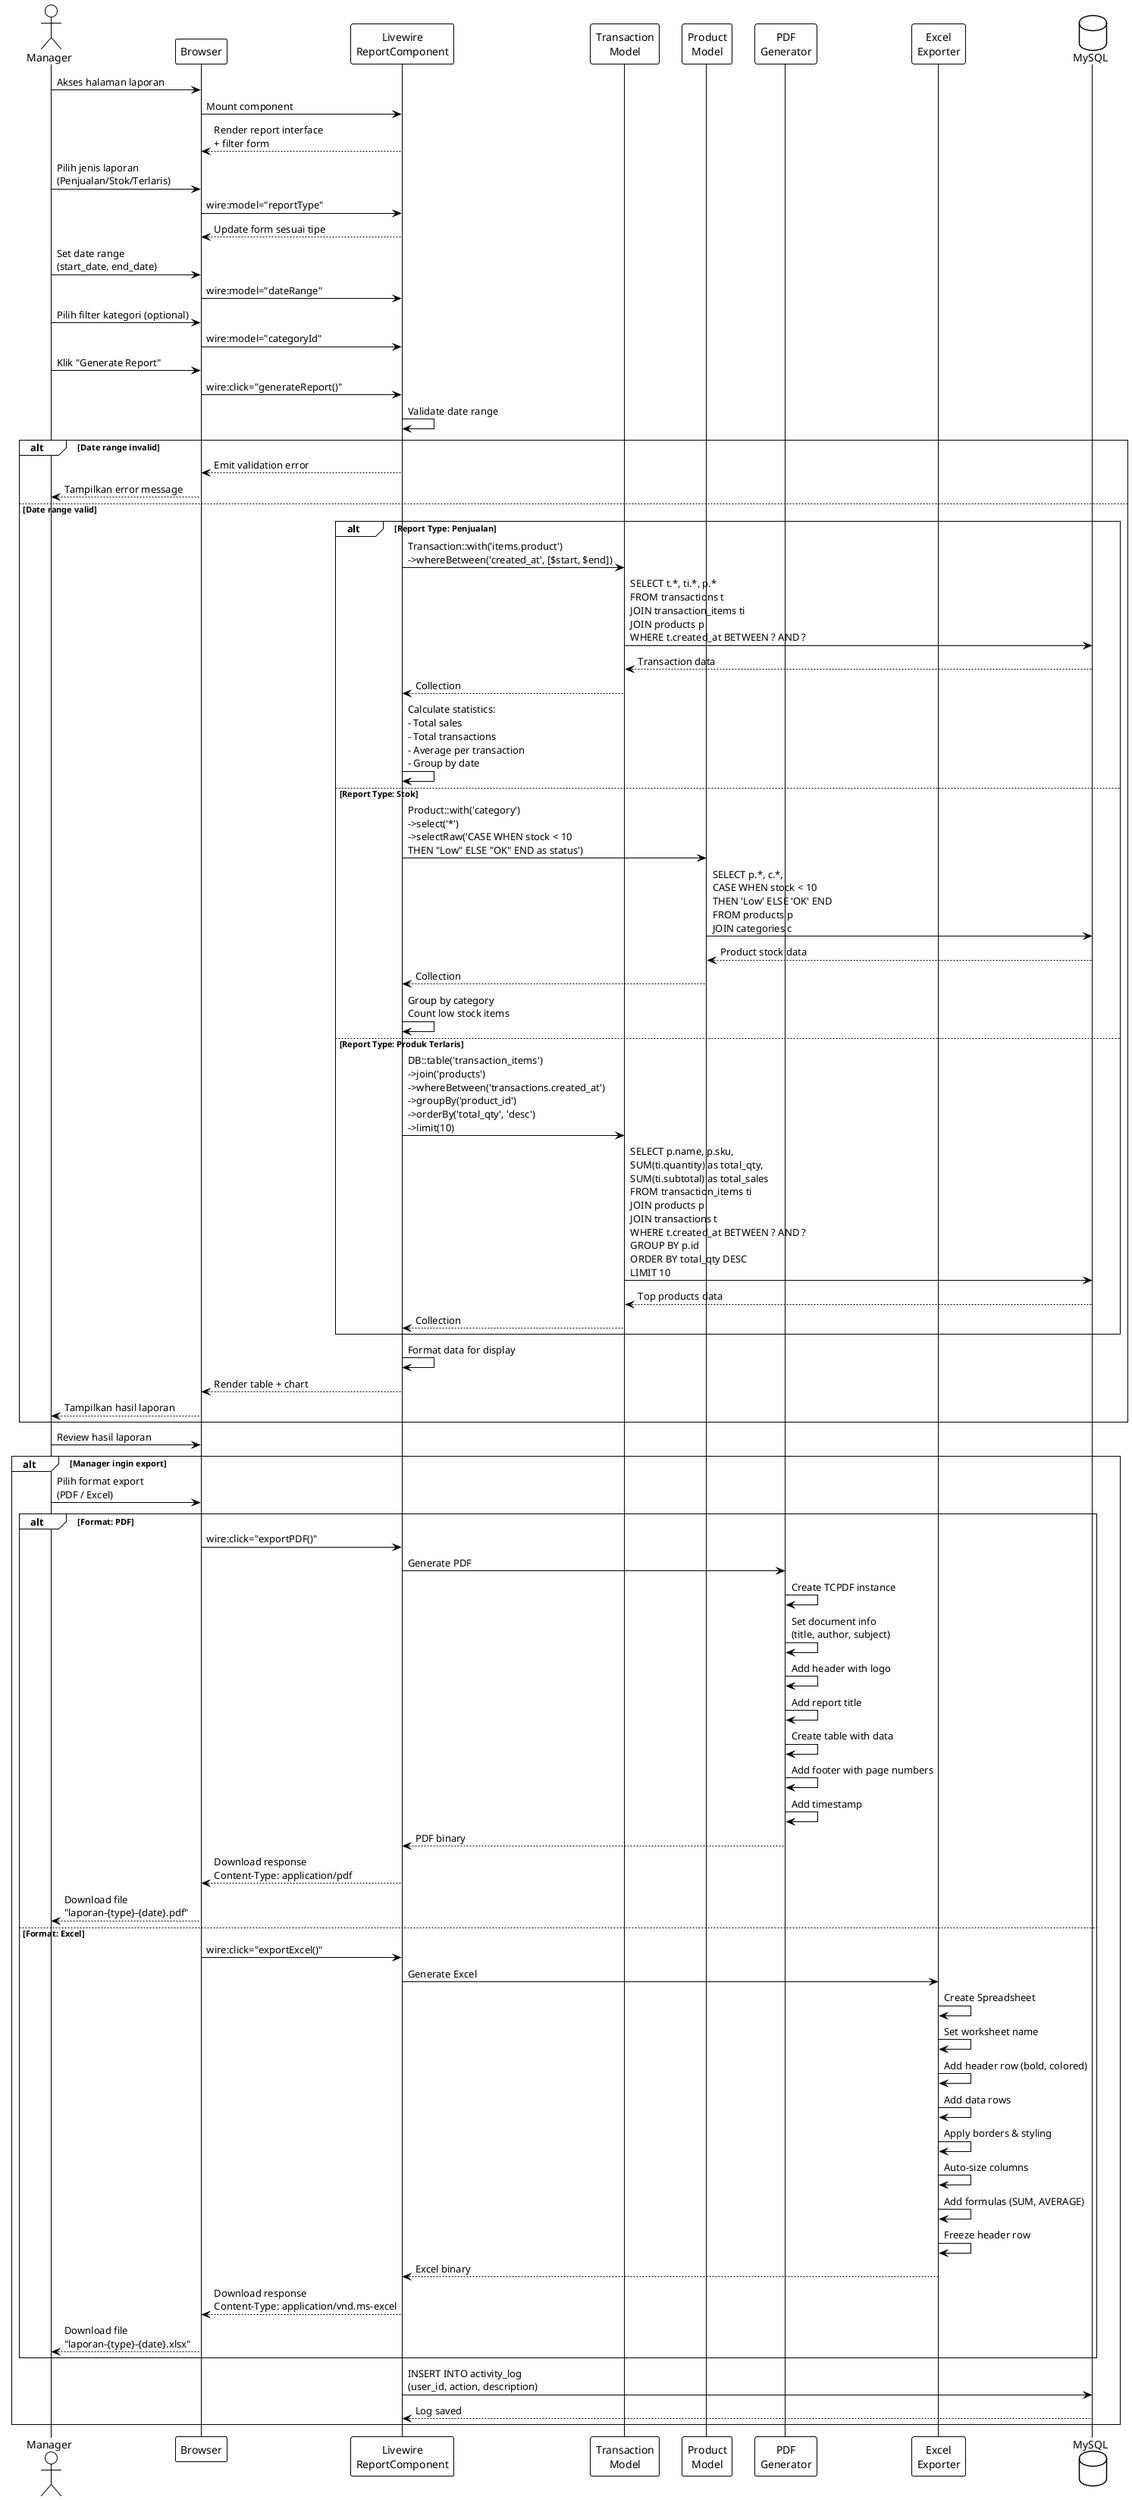
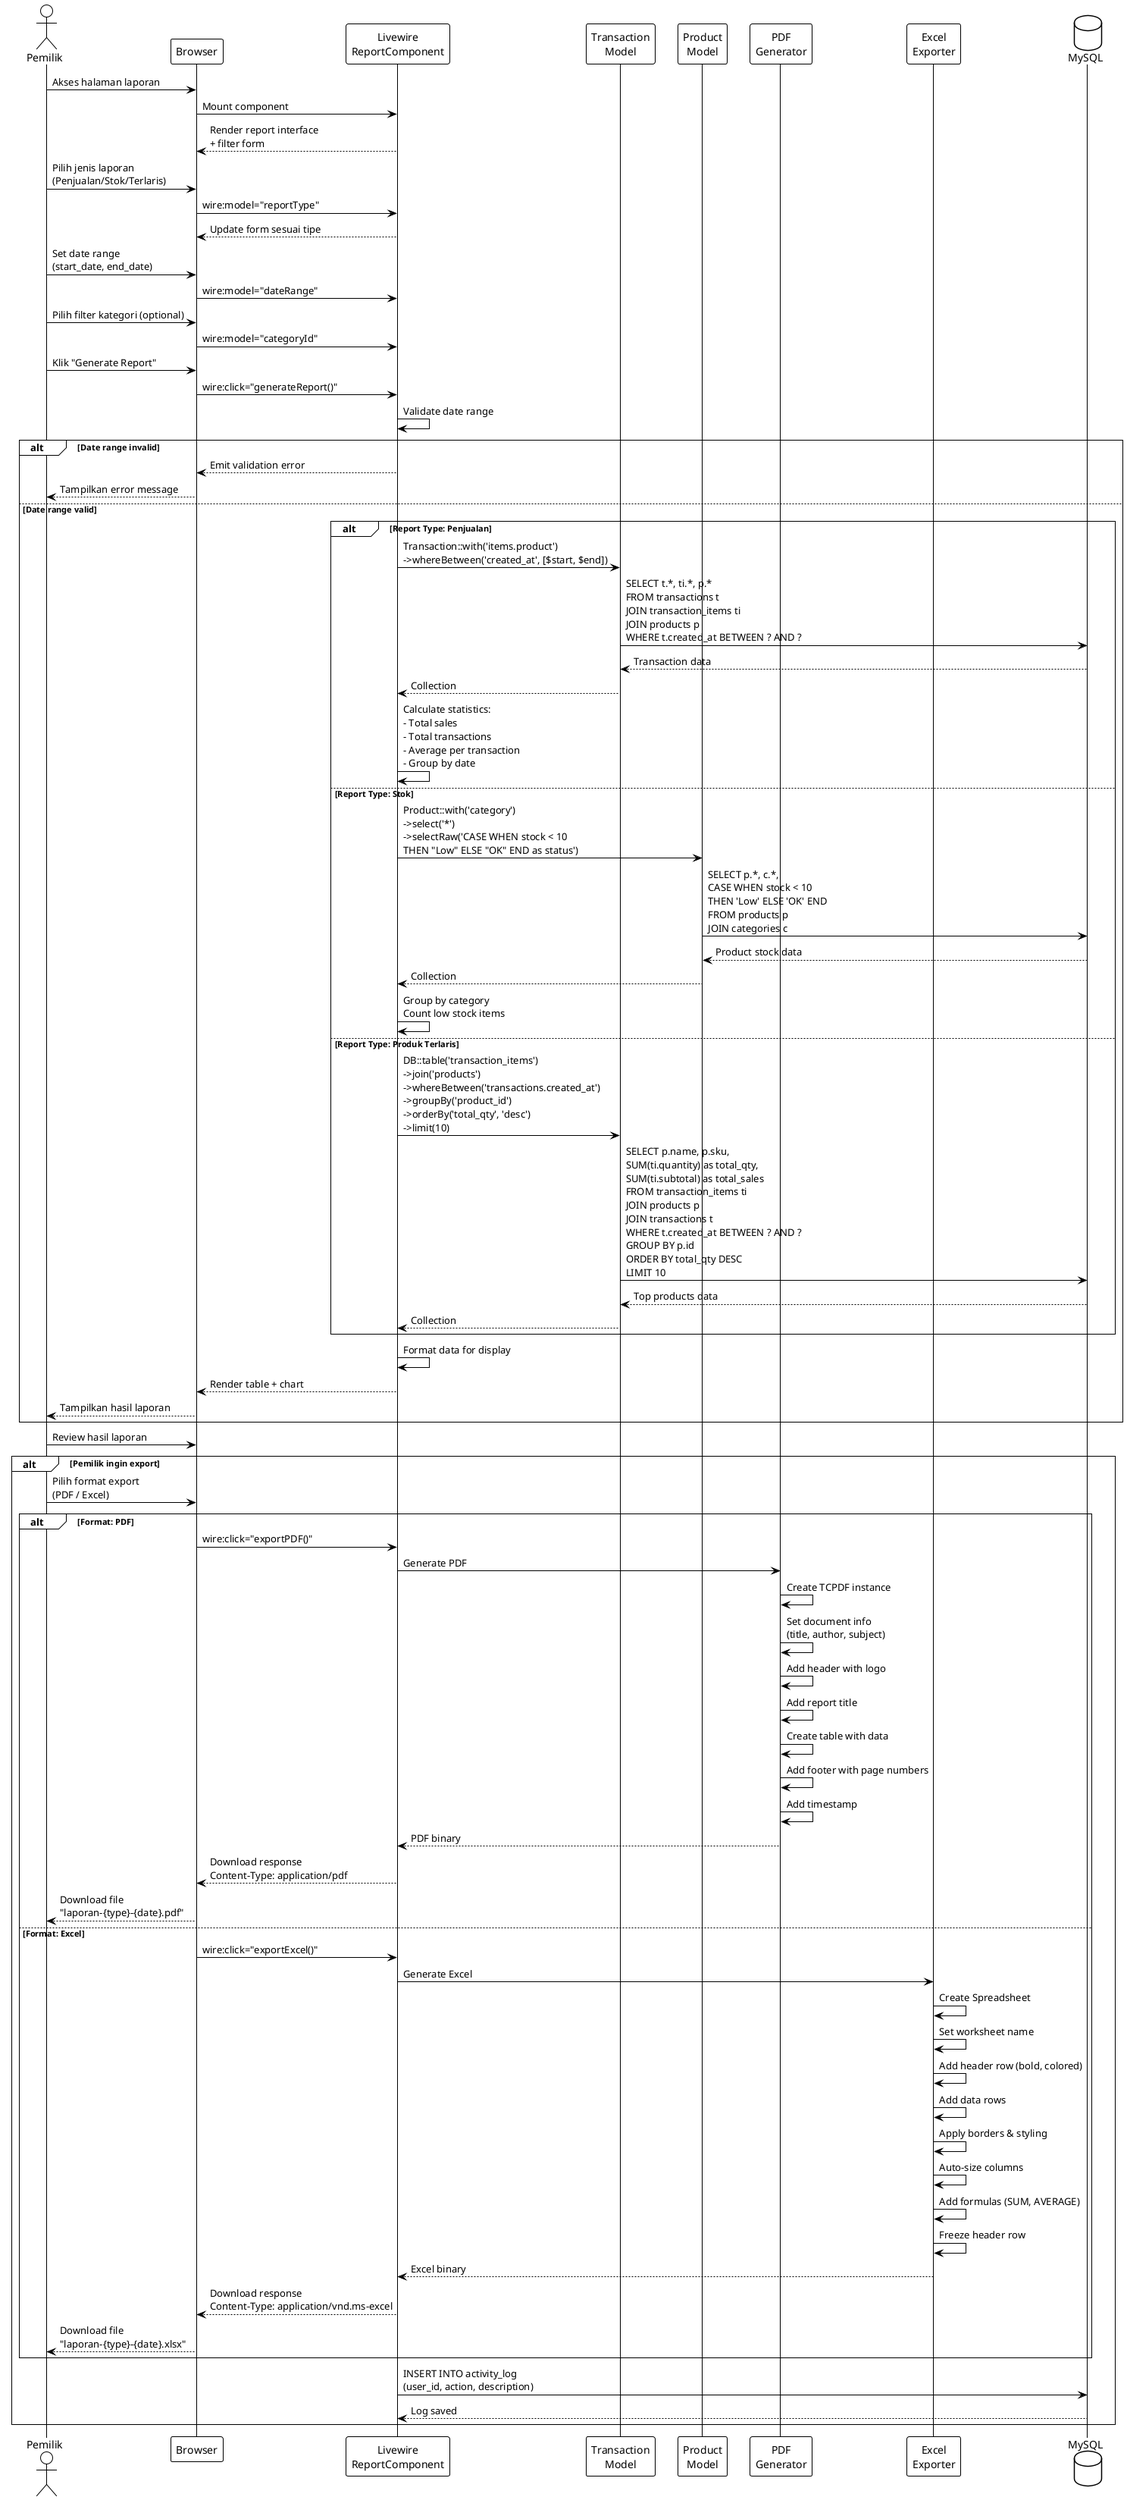
@startuml sequence-laporan
!theme plain
skinparam backgroundColor #FFFFFF

- actor Manager
+ actor Pemilik
participant Browser
participant "Livewire\nReportComponent" as Livewire
participant "Transaction\nModel" as TrxModel
participant "Product\nModel" as ProdModel
participant "PDF\nGenerator" as PDF
participant "Excel\nExporter" as Excel
database MySQL

- Manager -> Browser: Akses halaman laporan
+ Pemilik -> Browser: Akses halaman laporan
Browser -> Livewire: Mount component
Livewire --> Browser: Render report interface\n+ filter form

- Manager -> Browser: Pilih jenis laporan\n(Penjualan/Stok/Terlaris)
+ Pemilik -> Browser: Pilih jenis laporan\n(Penjualan/Stok/Terlaris)
Browser -> Livewire: wire:model="reportType"
Livewire --> Browser: Update form sesuai tipe

- Manager -> Browser: Set date range\n(start_date, end_date)
+ Pemilik -> Browser: Set date range\n(start_date, end_date)
Browser -> Livewire: wire:model="dateRange"

- Manager -> Browser: Pilih filter kategori (optional)
+ Pemilik -> Browser: Pilih filter kategori (optional)
Browser -> Livewire: wire:model="categoryId"

- Manager -> Browser: Klik "Generate Report"
+ Pemilik -> Browser: Klik "Generate Report"
Browser -> Livewire: wire:click="generateReport()"

Livewire -> Livewire: Validate date range
alt Date range invalid
  Livewire --> Browser: Emit validation error
-   Browser --> Manager: Tampilkan error message
+   Browser --> Pemilik: Tampilkan error message
else Date range valid

  alt Report Type: Penjualan
    Livewire -> TrxModel: Transaction::with('items.product')\n->whereBetween('created_at', [$start, $end])
    TrxModel -> MySQL: SELECT t.*, ti.*, p.*\nFROM transactions t\nJOIN transaction_items ti\nJOIN products p\nWHERE t.created_at BETWEEN ? AND ?
    MySQL --> TrxModel: Transaction data
    TrxModel --> Livewire: Collection

    Livewire -> Livewire: Calculate statistics:\n- Total sales\n- Total transactions\n- Average per transaction\n- Group by date

  else Report Type: Stok
    Livewire -> ProdModel: Product::with('category')\n->select('*')\n->selectRaw('CASE WHEN stock < 10\nTHEN "Low" ELSE "OK" END as status')
    ProdModel -> MySQL: SELECT p.*, c.*,\nCASE WHEN stock < 10\nTHEN 'Low' ELSE 'OK' END\nFROM products p\nJOIN categories c
    MySQL --> ProdModel: Product stock data
    ProdModel --> Livewire: Collection

    Livewire -> Livewire: Group by category\nCount low stock items

  else Report Type: Produk Terlaris
    Livewire -> TrxModel: DB::table('transaction_items')\n->join('products')\n->whereBetween('transactions.created_at')\n->groupBy('product_id')\n->orderBy('total_qty', 'desc')\n->limit(10)
    TrxModel -> MySQL: SELECT p.name, p.sku,\nSUM(ti.quantity) as total_qty,\nSUM(ti.subtotal) as total_sales\nFROM transaction_items ti\nJOIN products p\nJOIN transactions t\nWHERE t.created_at BETWEEN ? AND ?\nGROUP BY p.id\nORDER BY total_qty DESC\nLIMIT 10
    MySQL --> TrxModel: Top products data
    TrxModel --> Livewire: Collection
  end

  Livewire -> Livewire: Format data for display
  Livewire --> Browser: Render table + chart
-   Browser --> Manager: Tampilkan hasil laporan
+   Browser --> Pemilik: Tampilkan hasil laporan
end

- Manager -> Browser: Review hasil laporan
+ Pemilik -> Browser: Review hasil laporan

- alt Manager ingin export
-   Manager -> Browser: Pilih format export\n(PDF / Excel)
+ alt Pemilik ingin export
+   Pemilik -> Browser: Pilih format export\n(PDF / Excel)

  alt Format: PDF
    Browser -> Livewire: wire:click="exportPDF()"
    Livewire -> PDF: Generate PDF
    PDF -> PDF: Create TCPDF instance
    PDF -> PDF: Set document info\n(title, author, subject)
    PDF -> PDF: Add header with logo
    PDF -> PDF: Add report title
    PDF -> PDF: Create table with data
    PDF -> PDF: Add footer with page numbers
    PDF -> PDF: Add timestamp
    PDF --> Livewire: PDF binary
    Livewire --> Browser: Download response\nContent-Type: application/pdf
-     Browser --> Manager: Download file\n"laporan-{type}-{date}.pdf"
+     Browser --> Pemilik: Download file\n"laporan-{type}-{date}.pdf"

  else Format: Excel
    Browser -> Livewire: wire:click="exportExcel()"
    Livewire -> Excel: Generate Excel
    Excel -> Excel: Create Spreadsheet
    Excel -> Excel: Set worksheet name
    Excel -> Excel: Add header row (bold, colored)
    Excel -> Excel: Add data rows
    Excel -> Excel: Apply borders & styling
    Excel -> Excel: Auto-size columns
    Excel -> Excel: Add formulas (SUM, AVERAGE)
    Excel -> Excel: Freeze header row
    Excel --> Livewire: Excel binary
    Livewire --> Browser: Download response\nContent-Type: application/vnd.ms-excel
-     Browser --> Manager: Download file\n"laporan-{type}-{date}.xlsx"
+     Browser --> Pemilik: Download file\n"laporan-{type}-{date}.xlsx"
  end

  Livewire -> MySQL: INSERT INTO activity_log\n(user_id, action, description)
  MySQL --> Livewire: Log saved

end

@enduml
